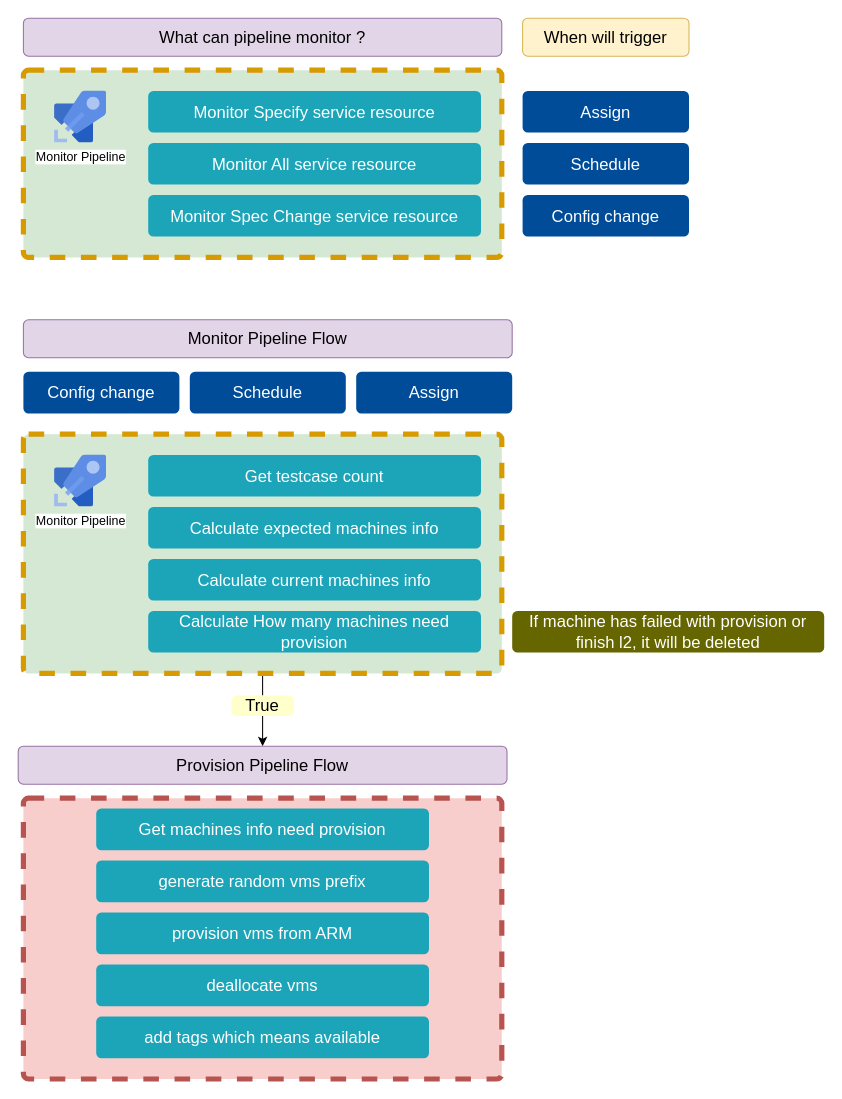
This is page "aladdin" (6 of 6) of aladdin.drawio from jerryeml/flow_chart, a draw.io file, before an edit. Source tidied: cells renumbered, new cells numbered last; positions are measured from the earlier drawing's top-left corner, leaving out a move shared by most shapes. Both pictures are drawn from the tidied source at 104%, with x=0, y=0 at pixel (18, 18).
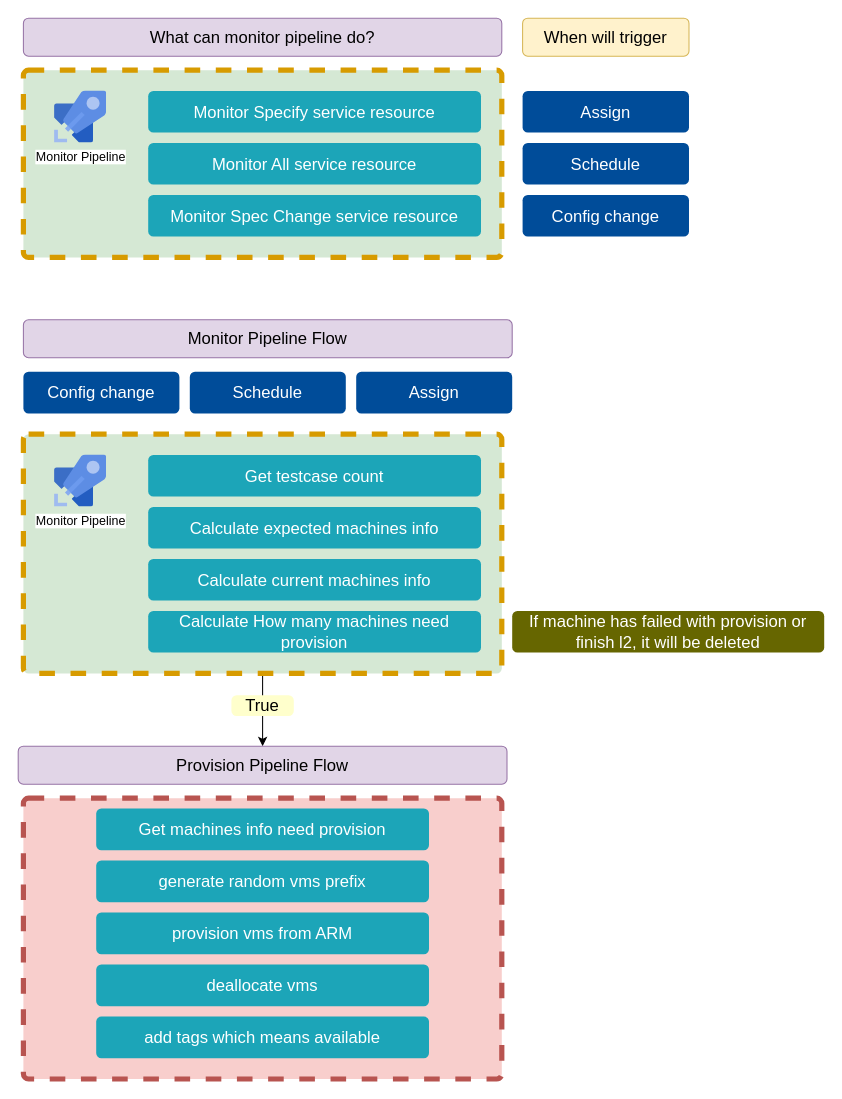
The same page after the edit.

The edit, as a diff of the source:
```diff
@@
-    <mxCell id="7" value="What can pipeline monitor ?" style="html=1;shadow=0;dashed=0;shape=mxgraph.bootstrap.rrect;rSize=5;strokeColor=#9673a6;strokeWidth=1;fillColor=#e1d5e7;whiteSpace=wrap;align=center;verticalAlign=middle;spacingLeft=0;fontStyle=0;fontSize=16;spacing=5;" parent="1" vertex="1">
+    <mxCell id="7" value="What can monitor pipeline do?" style="html=1;shadow=0;dashed=0;shape=mxgraph.bootstrap.rrect;rSize=5;strokeColor=#9673a6;strokeWidth=1;fillColor=#e1d5e7;whiteSpace=wrap;align=center;verticalAlign=middle;spacingLeft=0;fontStyle=0;fontSize=16;spacing=5;" parent="1" vertex="1">
       <mxGeometry x="5" width="460" height="36.5" as="geometry" />
     </mxCell>
```
